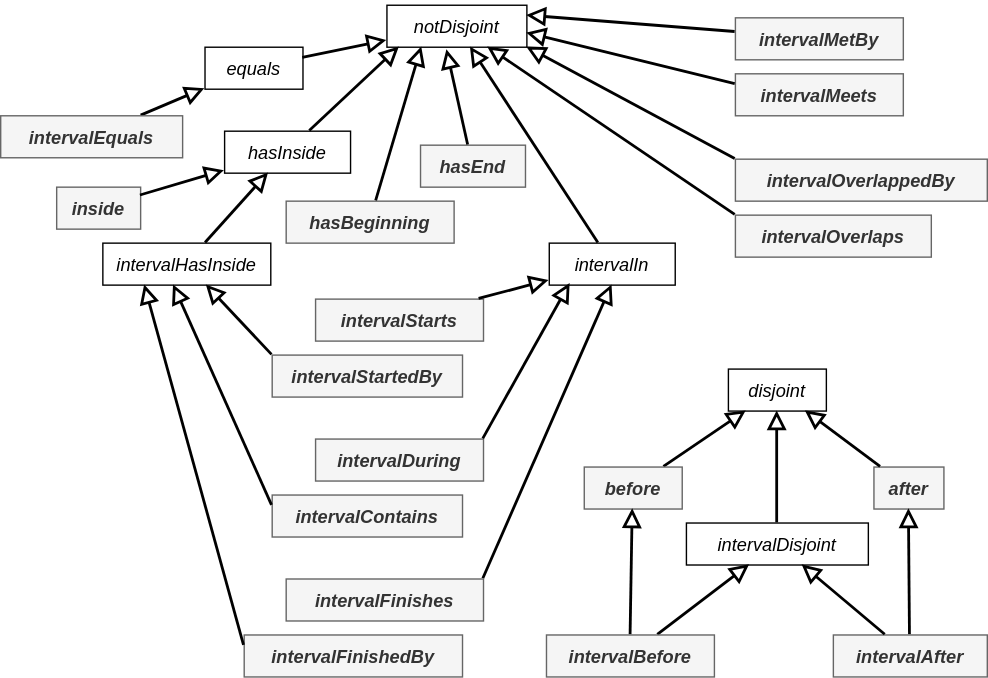
The draw.io diagram images/topology-properties.svg in w3c/sdw-time, before a commit. Source tidied: cells renumbered, new cells last; positions are measured from the earlier drawing's top-left corner, leaving out a move shared by most shapes.
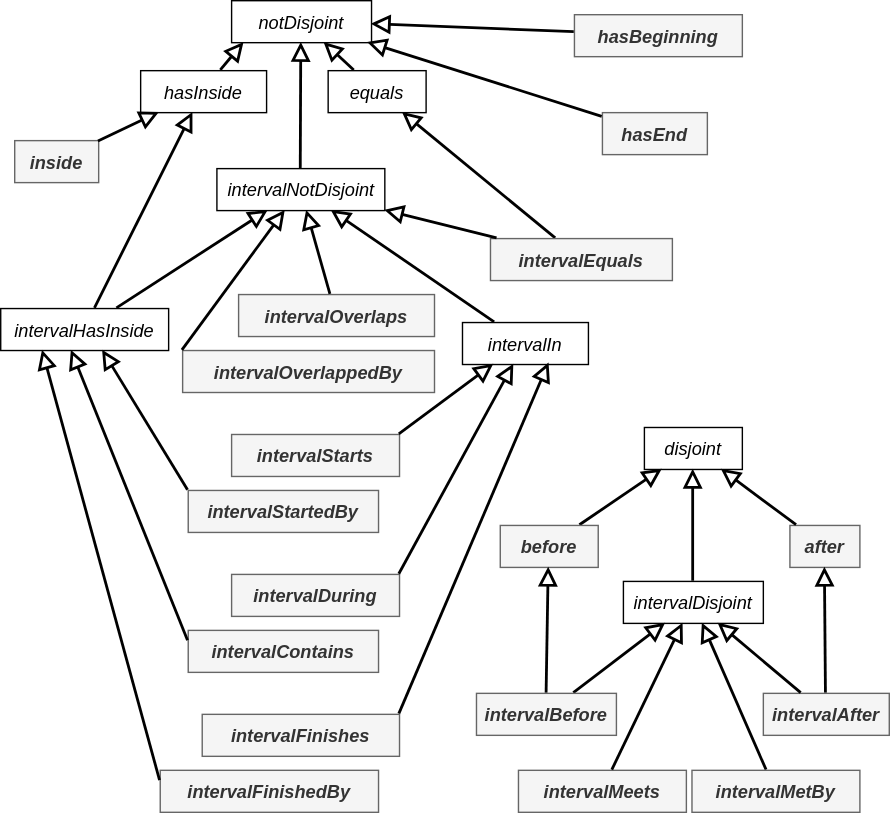
Later version of the same file.

Commit message:
Add Allen and Koomen citation; add intervalNotDisjoint to diagram (not yet to text and RDF)

Change to the diagram source:
```diff
@@ -5,6 +5,6 @@
     <mxCell id="2" value="notDisjoint" style="html=1;overflow=block;blockSpacing=1;whiteSpace=wrap;fontSize=13;fontColor=default;align=center;spacing=0;strokeOpacity=100;fillColor=none;strokeWidth=1;strokeColor=default;convertToSvg=1;fontStyle=2;" parent="1" vertex="1">
-      <mxGeometry x="276" width="100" height="30" as="geometry" />
+      <mxGeometry x="225" y="-60" width="100" height="30" as="geometry" />
     </mxCell>
     <mxCell id="3" value="disjoint" style="html=1;overflow=block;blockSpacing=1;whiteSpace=wrap;fontSize=13;fontColor=default;align=center;spacing=0;strokeOpacity=100;fillColor=none;strokeWidth=1;strokeColor=default;convertToSvg=1;fontStyle=2;" parent="1" vertex="1">
-      <mxGeometry x="520" y="260" width="70" height="30" as="geometry" />
+      <mxGeometry x="520" y="245" width="70" height="30" as="geometry" />
     </mxCell>
@@ -14,3 +14,3 @@
     <mxCell id="5" value="before" style="html=1;overflow=block;blockSpacing=1;whiteSpace=wrap;fontSize=13;fontColor=#333333;align=center;spacing=0;strokeOpacity=100;fillColor=#f5f5f5;strokeWidth=1;strokeColor=#666666;convertToSvg=1;fontStyle=3;" parent="1" vertex="1">
-      <mxGeometry x="417" y="330" width="70" height="30" as="geometry" />
+      <mxGeometry x="417" y="315" width="70" height="30" as="geometry" />
     </mxCell>
@@ -20,3 +20,3 @@
     <mxCell id="7" value="after" style="html=1;overflow=block;blockSpacing=1;whiteSpace=wrap;fontSize=13;fontColor=#333333;align=center;spacing=0;strokeOpacity=100;fillColor=#f5f5f5;strokeWidth=1;strokeColor=#666666;convertToSvg=1;fontStyle=3;" parent="1" vertex="1">
-      <mxGeometry x="624" y="330" width="50" height="30" as="geometry" />
+      <mxGeometry x="624" y="315" width="50" height="30" as="geometry" />
     </mxCell>
@@ -26,3 +26,3 @@
     <mxCell id="9" value="intervalDisjoint" style="html=1;overflow=block;blockSpacing=1;whiteSpace=wrap;fontSize=13;fontColor=default;align=center;spacing=0;strokeOpacity=100;fillColor=none;strokeWidth=1;strokeColor=default;convertToSvg=1;fontStyle=2;" parent="1" vertex="1">
-      <mxGeometry x="490" y="370" width="130" height="30" as="geometry" />
+      <mxGeometry x="505" y="355" width="100" height="30" as="geometry" />
     </mxCell>
@@ -38,6 +38,6 @@
     <mxCell id="13" value="intervalBefore" style="html=1;overflow=block;blockSpacing=1;whiteSpace=wrap;fontSize=13;fontColor=#333333;align=center;spacing=0;strokeOpacity=100;fillColor=#f5f5f5;strokeWidth=1;strokeColor=#666666;convertToSvg=1;fontStyle=3;" parent="1" vertex="1">
-      <mxGeometry x="390" y="450" width="120" height="30" as="geometry" />
+      <mxGeometry x="400" y="435" width="100" height="30" as="geometry" />
     </mxCell>
     <mxCell id="14" value="intervalAfter" style="html=1;overflow=block;blockSpacing=1;whiteSpace=wrap;fontSize=13;fontColor=#333333;align=center;spacing=0;strokeOpacity=100;fillColor=#f5f5f5;strokeWidth=1;strokeColor=#666666;convertToSvg=1;fontStyle=3;" parent="1" vertex="1">
-      <mxGeometry x="595" y="450" width="110" height="30" as="geometry" />
+      <mxGeometry x="605" y="435" width="90" height="30" as="geometry" />
     </mxCell>
@@ -50,3 +50,3 @@
     <mxCell id="17" value="equals" style="html=1;overflow=block;blockSpacing=1;whiteSpace=wrap;fontSize=13;fontColor=default;align=center;spacing=0;strokeOpacity=100;fillColor=none;strokeWidth=1;strokeColor=default;convertToSvg=1;fontStyle=2;" parent="1" vertex="1">
-      <mxGeometry x="146" y="30" width="70" height="30" as="geometry" />
+      <mxGeometry x="294" y="-10" width="70" height="30" as="geometry" />
     </mxCell>
@@ -56,5 +56,5 @@
     <mxCell id="19" value="hasInside" style="html=1;overflow=block;blockSpacing=1;whiteSpace=wrap;fontSize=13;fontColor=default;align=center;spacing=0;strokeOpacity=100;fillColor=none;strokeWidth=1;strokeColor=default;convertToSvg=1;fontStyle=2;" parent="1" vertex="1">
-      <mxGeometry x="160" y="90" width="90" height="30" as="geometry" />
+      <mxGeometry x="160" y="-10" width="90" height="30" as="geometry" />
     </mxCell>
-    <mxCell id="20" style="html=1;jettySize=18;whiteSpace=wrap;fontSize=13;strokeColor=default;strokeOpacity=100;fixDash=1;strokeWidth=2;rounded=0;startArrow=none;endArrow=block;lucidId=XvNQ3zJcAKRb;endFill=0;endSize=9;fontColor=default;convertToSvg=1;fontStyle=2;entryX=1;entryY=0.25;entryDx=0;entryDy=0;" parent="1" edge="1" source="28" target="2">
+    <mxCell id="20" style="html=1;jettySize=18;whiteSpace=wrap;fontSize=13;strokeColor=default;strokeOpacity=100;fixDash=1;strokeWidth=2;rounded=0;startArrow=none;endArrow=block;lucidId=XvNQ3zJcAKRb;endFill=0;endSize=9;fontColor=default;convertToSvg=1;fontStyle=2;" parent="1" edge="1" source="28" target="9">
       <mxGeometry relative="1" as="geometry" />
@@ -62,5 +62,5 @@
     <mxCell id="21" value="intervalIn" style="html=1;overflow=block;blockSpacing=1;whiteSpace=wrap;fontSize=13;fontColor=default;align=center;spacing=0;strokeOpacity=100;fillColor=none;strokeWidth=1;strokeColor=default;convertToSvg=1;fontStyle=2;" parent="1" vertex="1">
-      <mxGeometry x="392" y="170" width="90" height="30" as="geometry" />
+      <mxGeometry x="390" y="170" width="90" height="30" as="geometry" />
     </mxCell>
-    <mxCell id="22" style="html=1;jettySize=18;whiteSpace=wrap;fontSize=13;strokeColor=default;strokeOpacity=100;fixDash=1;strokeWidth=2;rounded=0;startArrow=none;endArrow=block;lucidId=XvNQ3zJcAKRb;endFill=0;endSize=9;fontColor=default;convertToSvg=1;exitX=1;exitY=0;exitDx=0;exitDy=0;fontStyle=2;entryX=0.5;entryY=1;entryDx=0;entryDy=0;" parent="1" edge="1" source="49" target="21">
+    <mxCell id="22" style="html=1;jettySize=18;whiteSpace=wrap;fontSize=13;strokeColor=default;strokeOpacity=100;fixDash=1;strokeWidth=2;rounded=0;startArrow=none;endArrow=block;lucidId=XvNQ3zJcAKRb;endFill=0;endSize=9;fontColor=default;convertToSvg=1;exitX=1;exitY=0;exitDx=0;exitDy=0;fontStyle=2;entryX=0.689;entryY=0.967;entryDx=0;entryDy=0;entryPerimeter=0;" parent="1" edge="1" source="49" target="21">
       <mxGeometry relative="1" as="geometry" />
@@ -70,3 +70,3 @@
     </mxCell>
-    <mxCell id="24" style="html=1;jettySize=18;whiteSpace=wrap;fontSize=13;strokeColor=default;strokeOpacity=100;fixDash=1;strokeWidth=2;rounded=0;startArrow=none;endArrow=block;lucidId=XvNQ3zJcAKRb;endFill=0;endSize=9;fontColor=default;convertToSvg=1;fontStyle=2;" parent="1" edge="1" source="21" target="2">
+    <mxCell id="24" style="html=1;jettySize=18;whiteSpace=wrap;fontSize=13;strokeColor=default;strokeOpacity=100;fixDash=1;strokeWidth=2;rounded=0;startArrow=none;endArrow=block;lucidId=XvNQ3zJcAKRb;endFill=0;endSize=9;fontColor=default;convertToSvg=1;fontStyle=2;" parent="1" edge="1" source="52" target="2">
       <mxGeometry relative="1" as="geometry" />
@@ -74,5 +74,5 @@
     <mxCell id="25" value="intervalStarts" style="html=1;overflow=block;blockSpacing=1;whiteSpace=wrap;fontSize=13;fontColor=#333333;align=center;spacing=0;strokeOpacity=100;fillColor=#f5f5f5;strokeWidth=1;strokeColor=#666666;convertToSvg=1;fontStyle=3;" parent="1" vertex="1">
-      <mxGeometry x="225" y="210" width="120" height="30" as="geometry" />
+      <mxGeometry x="225" y="250" width="120" height="30" as="geometry" />
     </mxCell>
-    <mxCell id="26" style="html=1;jettySize=18;whiteSpace=wrap;fontSize=13;strokeColor=default;strokeOpacity=100;fixDash=1;strokeWidth=2;rounded=0;startArrow=none;endArrow=block;lucidId=XvNQ3zJcAKRb;endFill=0;endSize=9;fontColor=default;convertToSvg=1;fontStyle=2;" parent="1" edge="1" source="25" target="21">
+    <mxCell id="26" style="html=1;jettySize=18;whiteSpace=wrap;fontSize=13;strokeColor=default;strokeOpacity=100;fixDash=1;strokeWidth=2;rounded=0;startArrow=none;endArrow=block;lucidId=XvNQ3zJcAKRb;endFill=0;endSize=9;fontColor=default;convertToSvg=1;fontStyle=2;exitX=1;exitY=0;exitDx=0;exitDy=0;entryX=0.25;entryY=1;entryDx=0;entryDy=0;" parent="1" edge="1" source="25" target="21">
       <mxGeometry relative="1" as="geometry" />
@@ -80,28 +80,26 @@
     <mxCell id="27" value="intervalMeets" style="html=1;overflow=block;blockSpacing=1;whiteSpace=wrap;fontSize=13;fontColor=#333333;align=center;spacing=0;strokeOpacity=100;fillColor=#f5f5f5;strokeWidth=1;strokeColor=#666666;convertToSvg=1;fontStyle=3;" parent="1" vertex="1">
-      <mxGeometry x="525" y="49" width="120" height="30" as="geometry" />
+      <mxGeometry x="430" y="490" width="120" height="30" as="geometry" />
     </mxCell>
     <mxCell id="28" value="intervalMetBy" style="html=1;overflow=block;blockSpacing=1;whiteSpace=wrap;fontSize=13;fontColor=#333333;align=center;spacing=0;strokeOpacity=100;fillColor=#f5f5f5;strokeWidth=1;strokeColor=#666666;convertToSvg=1;fontStyle=3;" parent="1" vertex="1">
-      <mxGeometry x="525" y="9" width="120" height="30" as="geometry" />
+      <mxGeometry x="554" y="490" width="120" height="30" as="geometry" />
     </mxCell>
     <mxCell id="29" value="intervalOverlaps" style="html=1;overflow=block;blockSpacing=1;whiteSpace=wrap;fontSize=13;fontColor=#333333;align=center;spacing=0;strokeOpacity=100;fillColor=#f5f5f5;strokeWidth=1;strokeColor=#666666;convertToSvg=1;fontStyle=3;" parent="1" vertex="1">
-      <mxGeometry x="525" y="150" width="140" height="30" as="geometry" />
+      <mxGeometry x="230" y="150" width="140" height="30" as="geometry" />
     </mxCell>
     <mxCell id="30" value="intervalOverlappedBy" style="html=1;overflow=block;blockSpacing=1;whiteSpace=wrap;fontSize=13;fontColor=#333333;align=center;spacing=0;strokeOpacity=100;fillColor=#f5f5f5;strokeWidth=1;strokeColor=#666666;convertToSvg=1;fontStyle=3;" parent="1" vertex="1">
-      <mxGeometry x="525" y="110" width="180" height="30" as="geometry" />
+      <mxGeometry x="190" y="190" width="180" height="30" as="geometry" />
     </mxCell>
     <mxCell id="31" value="intervalDuring" style="html=1;overflow=block;blockSpacing=1;whiteSpace=wrap;fontSize=13;fontColor=#333333;align=center;spacing=0;strokeOpacity=100;fillColor=#f5f5f5;strokeWidth=1;strokeColor=#666666;convertToSvg=1;fontStyle=3;" parent="1" vertex="1">
-      <mxGeometry x="225" y="310" width="120" height="30" as="geometry" />
+      <mxGeometry x="225" y="350" width="120" height="30" as="geometry" />
     </mxCell>
-    <mxCell id="32" style="html=1;jettySize=18;whiteSpace=wrap;fontSize=13;strokeColor=default;strokeOpacity=100;fixDash=1;strokeWidth=2;rounded=0;startArrow=none;endArrow=block;lucidId=XvNQ3zJcAKRb;endFill=0;endSize=9;fontColor=default;convertToSvg=1;exitX=1;exitY=0;exitDx=0;exitDy=0;fontStyle=2;entryX=0.167;entryY=0.967;entryDx=0;entryDy=0;entryPerimeter=0;" parent="1" edge="1" source="31" target="21">
+    <mxCell id="32" style="html=1;jettySize=18;whiteSpace=wrap;fontSize=13;strokeColor=default;strokeOpacity=100;fixDash=1;strokeWidth=2;rounded=0;startArrow=none;endArrow=block;lucidId=XvNQ3zJcAKRb;endFill=0;endSize=9;fontColor=default;convertToSvg=1;exitX=1;exitY=0;exitDx=0;exitDy=0;fontStyle=2;" parent="1" edge="1" source="31" target="21">
       <mxGeometry relative="1" as="geometry" />
     </mxCell>
-    <mxCell id="33" style="html=1;jettySize=18;whiteSpace=wrap;fontSize=13;strokeColor=default;strokeOpacity=100;fixDash=1;strokeWidth=2;rounded=0;startArrow=none;endArrow=block;lucidId=XvNQ3zJcAKRb;endFill=0;endSize=9;fontColor=default;convertToSvg=1;fontStyle=2;exitX=0;exitY=0.25;exitDx=0;exitDy=0;" parent="1" edge="1" source="27">
-      <mxGeometry relative="1" as="geometry">
-        <mxPoint x="376" y="20" as="targetPoint" />
-      </mxGeometry>
+    <mxCell id="33" style="html=1;jettySize=18;whiteSpace=wrap;fontSize=13;strokeColor=default;strokeOpacity=100;fixDash=1;strokeWidth=2;rounded=0;startArrow=none;endArrow=block;lucidId=XvNQ3zJcAKRb;endFill=0;endSize=9;fontColor=default;convertToSvg=1;fontStyle=2;" parent="1" edge="1" source="27" target="9">
+      <mxGeometry relative="1" as="geometry" />
     </mxCell>
-    <mxCell id="34" style="html=1;jettySize=18;whiteSpace=wrap;fontSize=13;strokeColor=default;strokeOpacity=100;fixDash=1;strokeWidth=2;rounded=0;startArrow=none;endArrow=block;lucidId=XvNQ3zJcAKRb;endFill=0;endSize=9;fontColor=default;convertToSvg=1;exitX=0;exitY=0;exitDx=0;exitDy=0;fontStyle=2;entryX=1;entryY=1;entryDx=0;entryDy=0;" parent="1" edge="1" source="30" target="2">
+    <mxCell id="34" style="html=1;jettySize=18;whiteSpace=wrap;fontSize=13;strokeColor=default;strokeOpacity=100;fixDash=1;strokeWidth=2;rounded=0;startArrow=none;endArrow=block;lucidId=XvNQ3zJcAKRb;endFill=0;endSize=9;fontColor=default;convertToSvg=1;exitX=0;exitY=0;exitDx=0;exitDy=0;fontStyle=2;" parent="1" edge="1" source="30" target="52">
       <mxGeometry relative="1" as="geometry" />
     </mxCell>
-    <mxCell id="35" style="html=1;jettySize=18;whiteSpace=wrap;fontSize=13;strokeColor=default;strokeOpacity=100;fixDash=1;strokeWidth=2;rounded=0;startArrow=none;endArrow=block;lucidId=XvNQ3zJcAKRb;endFill=0;endSize=9;fontColor=default;convertToSvg=1;exitX=0;exitY=0;exitDx=0;exitDy=0;fontStyle=2;" parent="1" edge="1" source="29" target="2">
+    <mxCell id="35" style="html=1;jettySize=18;whiteSpace=wrap;fontSize=13;strokeColor=default;strokeOpacity=100;fixDash=1;strokeWidth=2;rounded=0;startArrow=none;endArrow=block;lucidId=XvNQ3zJcAKRb;endFill=0;endSize=9;fontColor=default;convertToSvg=1;fontStyle=2;" parent="1" edge="1" source="29" target="52">
       <mxGeometry relative="1" as="geometry" />
@@ -109,17 +107,17 @@
     <mxCell id="36" value="intervalEquals" style="html=1;overflow=block;blockSpacing=1;whiteSpace=wrap;fontSize=13;fontColor=#333333;align=center;spacing=0;strokeOpacity=100;fillColor=#f5f5f5;strokeWidth=1;strokeColor=#666666;convertToSvg=1;fontStyle=3;" parent="1" vertex="1">
-      <mxGeometry y="79" width="130" height="30" as="geometry" />
+      <mxGeometry x="410" y="110" width="130" height="30" as="geometry" />
     </mxCell>
     <mxCell id="37" value="intervalFinishedBy" style="html=1;overflow=block;blockSpacing=1;whiteSpace=wrap;fontSize=13;fontColor=#333333;align=center;spacing=0;strokeOpacity=100;fillColor=#f5f5f5;strokeWidth=1;strokeColor=#666666;convertToSvg=1;fontStyle=3;" parent="1" vertex="1">
-      <mxGeometry x="174" y="450" width="156" height="30" as="geometry" />
+      <mxGeometry x="174" y="490" width="156" height="30" as="geometry" />
     </mxCell>
     <mxCell id="38" value="intervalStartedBy" style="html=1;overflow=block;blockSpacing=1;whiteSpace=wrap;fontSize=13;fontColor=#333333;align=center;spacing=0;strokeOpacity=100;fillColor=#f5f5f5;strokeWidth=1;strokeColor=#666666;convertToSvg=1;fontStyle=3;" parent="1" vertex="1">
-      <mxGeometry x="194" y="250" width="136" height="30" as="geometry" />
+      <mxGeometry x="194" y="290" width="136" height="30" as="geometry" />
     </mxCell>
     <mxCell id="39" value="intervalContains" style="html=1;overflow=block;blockSpacing=1;whiteSpace=wrap;fontSize=13;fontColor=#333333;align=center;spacing=0;strokeOpacity=100;fillColor=#f5f5f5;strokeWidth=1;strokeColor=#666666;convertToSvg=1;fontStyle=3;" parent="1" vertex="1">
-      <mxGeometry x="194" y="350" width="136" height="30" as="geometry" />
+      <mxGeometry x="194" y="390" width="136" height="30" as="geometry" />
     </mxCell>
     <mxCell id="40" value="inside" style="html=1;overflow=block;blockSpacing=1;whiteSpace=wrap;fontSize=13;fontColor=#333333;align=center;spacing=0;strokeOpacity=100;fillColor=#f5f5f5;strokeWidth=1;strokeColor=#666666;convertToSvg=1;fontStyle=3;" parent="1" vertex="1">
-      <mxGeometry x="40" y="130" width="60" height="30" as="geometry" />
+      <mxGeometry x="70" y="40" width="60" height="30" as="geometry" />
     </mxCell>
-    <mxCell id="41" style="html=1;jettySize=18;whiteSpace=wrap;fontSize=13;strokeColor=default;strokeOpacity=100;fixDash=1;strokeWidth=2;rounded=0;startArrow=none;endArrow=block;lucidId=XvNQ3zJcAKRb;endFill=0;endSize=9;fontColor=default;convertToSvg=1;exitX=0;exitY=0;exitDx=0;exitDy=0;fontStyle=2;" parent="1" edge="1" source="38" target="50">
+    <mxCell id="41" style="html=1;jettySize=18;whiteSpace=wrap;fontSize=13;strokeColor=default;strokeOpacity=100;fixDash=1;strokeWidth=2;rounded=0;startArrow=none;endArrow=block;lucidId=XvNQ3zJcAKRb;endFill=0;endSize=9;fontColor=default;convertToSvg=1;exitX=0;exitY=0;exitDx=0;exitDy=0;fontStyle=2;entryX=0.608;entryY=1;entryDx=0;entryDy=0;entryPerimeter=0;" parent="1" edge="1" source="38" target="50">
       <mxGeometry relative="1" as="geometry" />
@@ -136,11 +134,11 @@
     <mxCell id="45" value="hasEnd" style="html=1;overflow=block;blockSpacing=1;whiteSpace=wrap;fontSize=13;fontColor=#333333;align=center;spacing=0;strokeOpacity=100;fillColor=#f5f5f5;strokeWidth=1;strokeColor=#666666;convertToSvg=1;fontStyle=3;" parent="1" vertex="1">
-      <mxGeometry x="300" y="100" width="75" height="30" as="geometry" />
+      <mxGeometry x="490" y="20" width="75" height="30" as="geometry" />
     </mxCell>
     <mxCell id="46" value="hasBeginning" style="html=1;overflow=block;blockSpacing=1;whiteSpace=wrap;fontSize=13;fontColor=#333333;align=center;spacing=0;strokeOpacity=100;fillColor=#f5f5f5;strokeWidth=1;strokeColor=#666666;convertToSvg=1;fontStyle=3;" parent="1" vertex="1">
-      <mxGeometry x="204" y="140" width="120" height="30" as="geometry" />
+      <mxGeometry x="470" y="-50" width="120" height="30" as="geometry" />
     </mxCell>
-    <mxCell id="47" style="html=1;jettySize=18;whiteSpace=wrap;fontSize=13;strokeColor=default;strokeOpacity=100;fixDash=1;strokeWidth=2;rounded=0;startArrow=none;endArrow=block;lucidId=XvNQ3zJcAKRb;endFill=0;endSize=9;fontColor=default;convertToSvg=1;fontStyle=2;entryX=0.25;entryY=1;entryDx=0;entryDy=0;" parent="1" edge="1" source="46" target="2">
+    <mxCell id="47" style="html=1;jettySize=18;whiteSpace=wrap;fontSize=13;strokeColor=default;strokeOpacity=100;fixDash=1;strokeWidth=2;rounded=0;startArrow=none;endArrow=block;lucidId=XvNQ3zJcAKRb;endFill=0;endSize=9;fontColor=default;convertToSvg=1;fontStyle=2;" parent="1" edge="1" source="46" target="2">
       <mxGeometry relative="1" as="geometry" />
     </mxCell>
-    <mxCell id="48" style="html=1;jettySize=18;whiteSpace=wrap;fontSize=13;strokeColor=default;strokeOpacity=100;fixDash=1;strokeWidth=2;rounded=0;startArrow=none;endArrow=block;lucidId=XvNQ3zJcAKRb;endFill=0;endSize=9;fontColor=default;convertToSvg=1;fontStyle=2;entryX=0.43;entryY=1.067;entryDx=0;entryDy=0;entryPerimeter=0;" parent="1" edge="1" source="45" target="2">
+    <mxCell id="48" style="html=1;jettySize=18;whiteSpace=wrap;fontSize=13;strokeColor=default;strokeOpacity=100;fixDash=1;strokeWidth=2;rounded=0;startArrow=none;endArrow=block;lucidId=XvNQ3zJcAKRb;endFill=0;endSize=9;fontColor=default;convertToSvg=1;fontStyle=2;" parent="1" edge="1" source="45" target="2">
       <mxGeometry relative="1" as="geometry" />
@@ -148,6 +146,6 @@
     <mxCell id="49" value="intervalFinishes" style="html=1;overflow=block;blockSpacing=1;whiteSpace=wrap;fontSize=13;fontColor=#333333;align=center;spacing=0;strokeOpacity=100;fillColor=#f5f5f5;strokeWidth=1;strokeColor=#666666;convertToSvg=1;fontStyle=3;" parent="1" vertex="1">
-      <mxGeometry x="204" y="410" width="141" height="30" as="geometry" />
+      <mxGeometry x="204" y="450" width="141" height="30" as="geometry" />
     </mxCell>
     <mxCell id="50" value="intervalHasInside" style="html=1;overflow=block;blockSpacing=1;whiteSpace=wrap;fontSize=13;fontColor=default;align=center;spacing=0;strokeOpacity=100;fillColor=none;strokeWidth=1;strokeColor=default;convertToSvg=1;fontStyle=2;" parent="1" vertex="1">
-      <mxGeometry x="73" y="170" width="120" height="30" as="geometry" />
+      <mxGeometry x="60" y="160" width="120" height="30" as="geometry" />
     </mxCell>
@@ -156,2 +154,14 @@
     </mxCell>
+    <mxCell id="52" value="intervalN&lt;span style=&quot;background-color: transparent; color: light-dark(rgb(0, 0, 0), rgb(255, 255, 255));&quot;&gt;otDisjoint&lt;/span&gt;" style="html=1;overflow=block;blockSpacing=1;whiteSpace=wrap;fontSize=13;fontColor=default;align=center;spacing=0;strokeOpacity=100;fillColor=none;strokeWidth=1;strokeColor=default;convertToSvg=1;fontStyle=2;" parent="1" vertex="1">
+      <mxGeometry x="214.5" y="60" width="120" height="30" as="geometry" />
+    </mxCell>
+    <mxCell id="53" style="html=1;jettySize=18;whiteSpace=wrap;fontSize=13;strokeColor=default;strokeOpacity=100;fixDash=1;strokeWidth=2;rounded=0;startArrow=none;endArrow=block;lucidId=XvNQ3zJcAKRb;endFill=0;endSize=9;fontColor=default;convertToSvg=1;fontStyle=2;" parent="1" edge="1" source="50" target="52">
+      <mxGeometry relative="1" as="geometry" />
+    </mxCell>
+    <mxCell id="54" style="html=1;jettySize=18;whiteSpace=wrap;fontSize=13;strokeColor=default;strokeOpacity=100;fixDash=1;strokeWidth=2;rounded=0;startArrow=none;endArrow=block;lucidId=XvNQ3zJcAKRb;endFill=0;endSize=9;fontColor=default;convertToSvg=1;fontStyle=2;" parent="1" edge="1" source="21" target="52">
+      <mxGeometry relative="1" as="geometry" />
+    </mxCell>
+    <mxCell id="55" style="html=1;jettySize=18;whiteSpace=wrap;fontSize=13;strokeColor=default;strokeOpacity=100;fixDash=1;strokeWidth=2;rounded=0;startArrow=none;endArrow=block;lucidId=XvNQ3zJcAKRb;endFill=0;endSize=9;fontColor=default;convertToSvg=1;fontStyle=2;" parent="1" edge="1" source="36" target="52">
+      <mxGeometry relative="1" as="geometry" />
+    </mxCell>
   </root>
```
